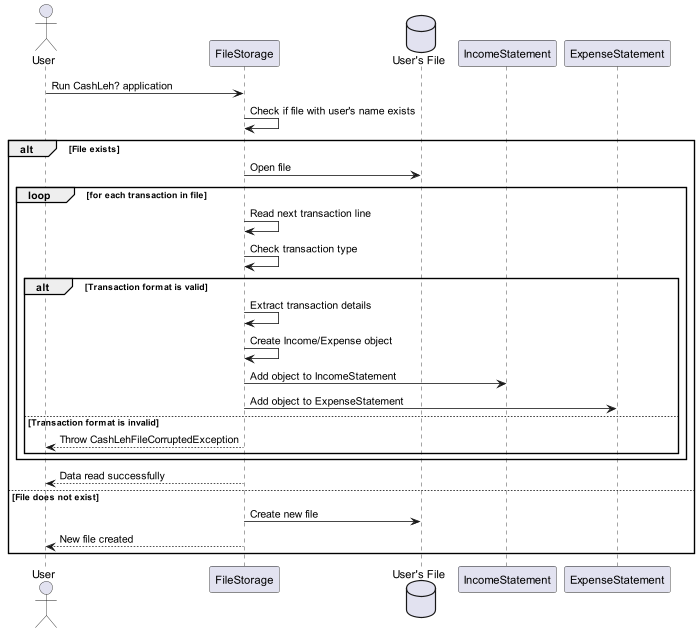
This is docs/images/readFromFile.png from nus-cs2113-AY2324S1/tp, a PlantUML export, as it was before one commit.
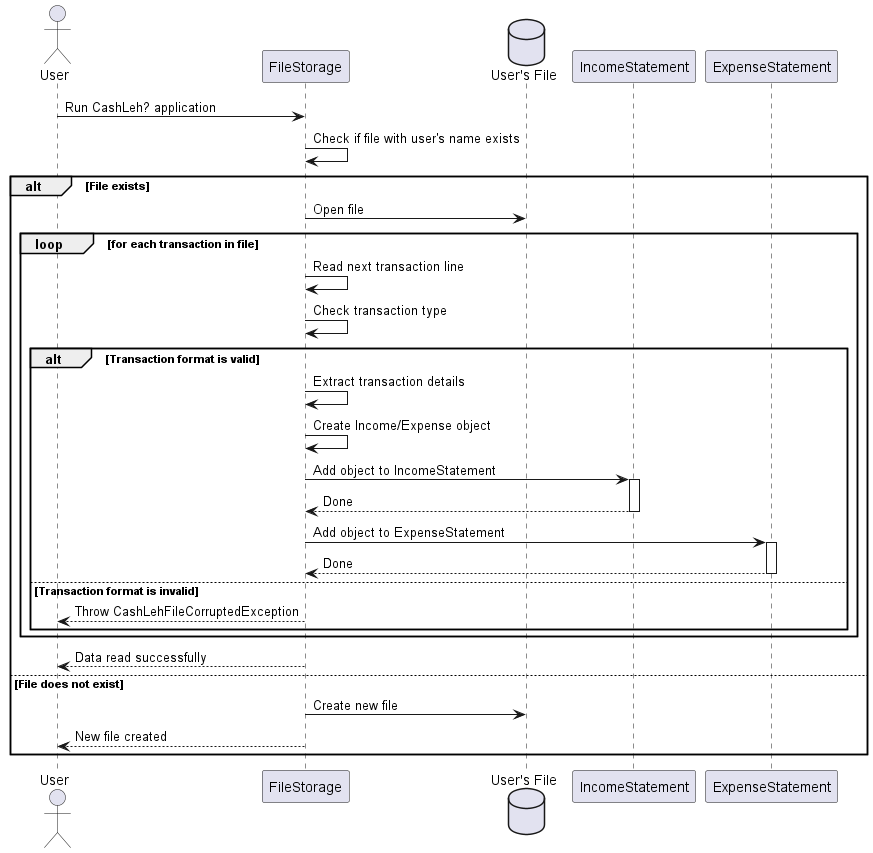
Above is the later version.

Change to the diagram source:
```diff
@@ -16,7 +16,13 @@
             FileStorage -> FileStorage: Extract transaction details
             FileStorage -> FileStorage: Create Income/Expense object
             FileStorage -> IncomeStatement: Add object to IncomeStatement
+            activate IncomeStatement
+            IncomeStatement --> FileStorage: Done
+            deactivate IncomeStatement
             FileStorage -> ExpenseStatement: Add object to ExpenseStatement
+            activate ExpenseStatement
+            ExpenseStatement --> FileStorage: Done
+            deactivate ExpenseStatement
         else Transaction format is invalid
             FileStorage --> User: Throw CashLehFileCorruptedException
         end
```
